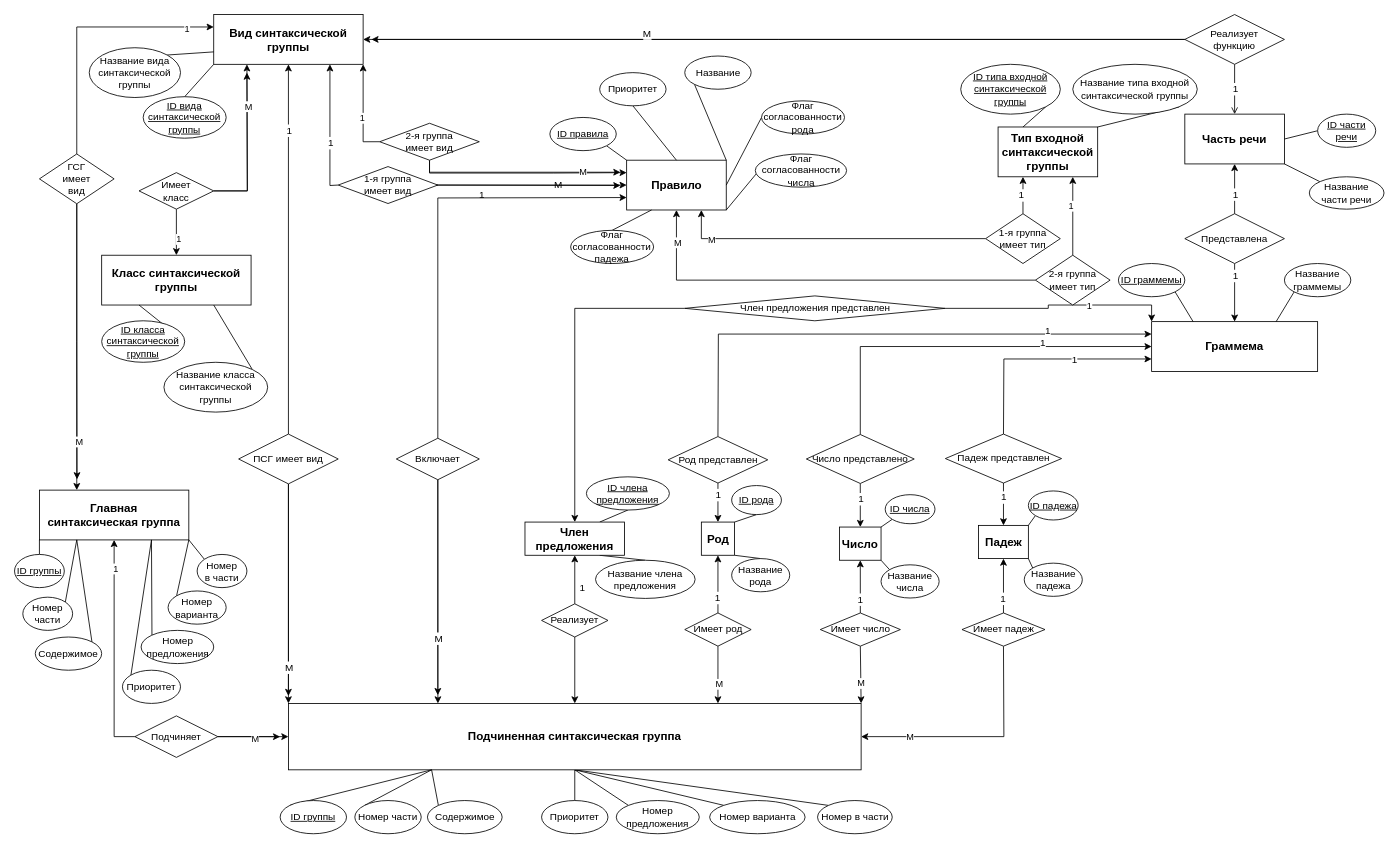
The draw.io diagram Infological.drawio in DMfananddu/Diploma, before the edit. Source tidied: cells renumbered, new cells numbered last; positions are measured from the earlier drawing's top-left corner, leaving out a move shared by most shapes. Both pictures are drawn from the tidied source at 83%, with x=0, y=0 at pixel (14, 14).
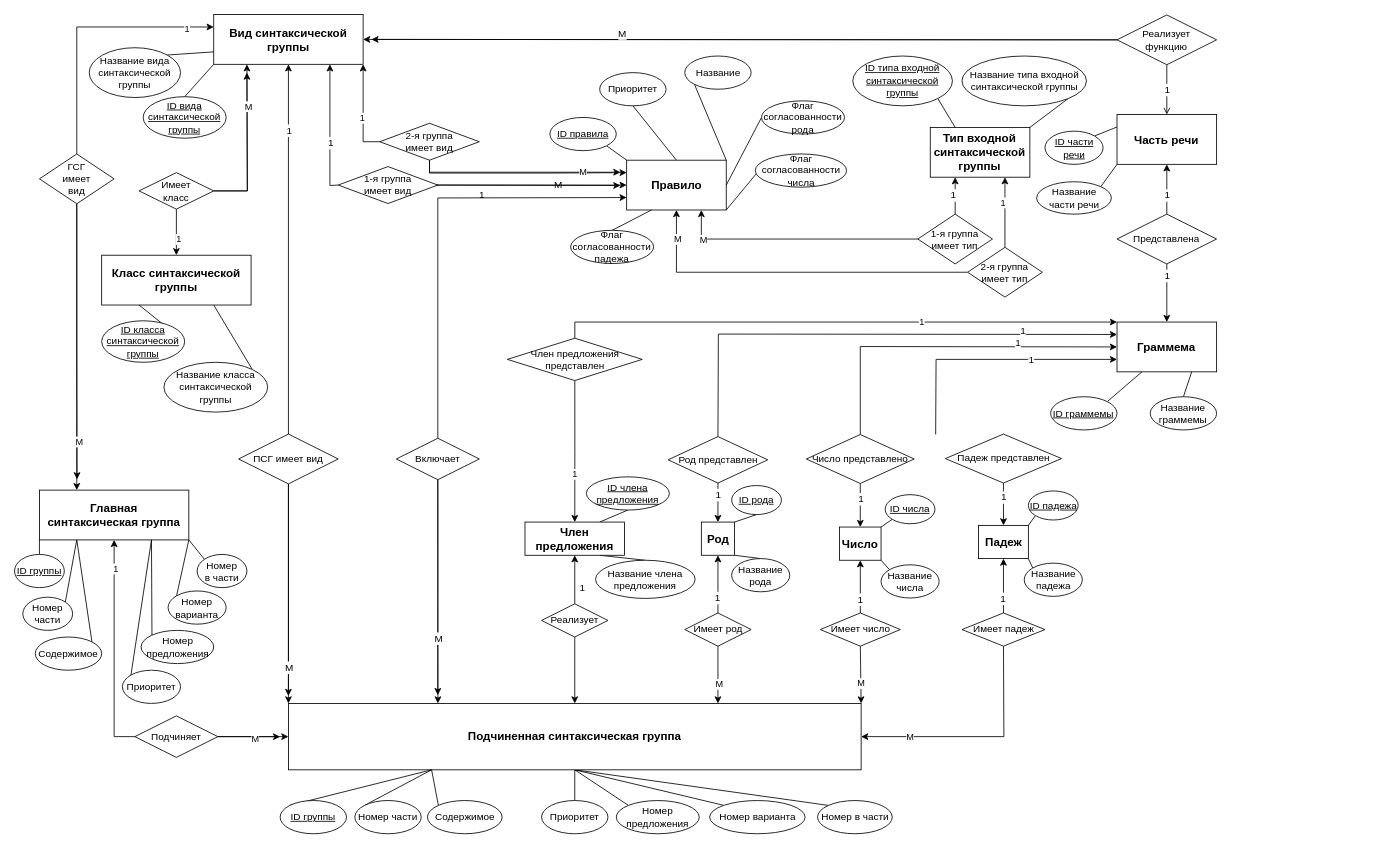
The same diagram, later.

The change refers to these unchanged cells:
```xml
<mxCell id="64" value="Член предложения" style="rounded=0;whiteSpace=wrap;html=1;fontSize=14;fontStyle=1;" parent="1" vertex="1">
  <mxGeometry x="615" y="611.5" width="120" height="40" as="geometry" />
</mxCell>
<mxCell id="133" value="Падеж представлен" style="rhombus;whiteSpace=wrap;html=1;" parent="1" vertex="1">
  <mxGeometry x="1121.5" y="505.5" width="140" height="59" as="geometry" />
</mxCell>
```

What changed in the source:
```diff
@@
     <mxCell id="21" value="1-я группа имеет тип" style="rhombus;whiteSpace=wrap;html=1;" parent="1" vertex="1">
-      <mxGeometry x="1170" y="240" width="90" height="60" as="geometry" />
+      <mxGeometry x="1088.3" y="240.5" width="90" height="60" as="geometry" />
     </mxCell>
     <mxCell id="22" value="&lt;font style=&quot;font-size: 14px&quot;&gt;&lt;b&gt;Тип входной синтаксической группы&lt;/b&gt;&lt;/font&gt;" style="rounded=0;whiteSpace=wrap;html=1;" parent="1" vertex="1">
-      <mxGeometry x="1185" y="135.5" width="120" height="60" as="geometry" />
+      <mxGeometry x="1103.3" y="136" width="120" height="60" as="geometry" />
     </mxCell>
@@
     <mxCell id="24" value="&lt;span style=&quot;line-height: 115%&quot;&gt;&lt;font style=&quot;font-size: 12px&quot;&gt;Название типа входной синтаксической группы&lt;/font&gt;&lt;/span&gt;" style="ellipse;whiteSpace=wrap;html=1;" parent="1" vertex="1">
-      <mxGeometry x="1275" y="60" width="150" height="60" as="geometry" />
+      <mxGeometry x="1141.5" y="50" width="150" height="60" as="geometry" />
     </mxCell>
@@
     <mxCell id="26" value="&lt;font style=&quot;font-size: 12px&quot;&gt;&lt;u&gt;&lt;span lang=&quot;EN-US&quot; style=&quot;line-height: 115%&quot;&gt;ID&lt;/span&gt;&lt;span lang=&quot;EN-US&quot; style=&quot;line-height: 115%&quot;&gt; &lt;/span&gt;&lt;span style=&quot;line-height: 115%&quot;&gt;типа входной синтаксической группы&lt;/span&gt;&lt;/u&gt;&lt;/font&gt;" style="ellipse;whiteSpace=wrap;html=1;" parent="1" vertex="1">
-      <mxGeometry x="1140" y="60" width="120" height="60" as="geometry" />
+      <mxGeometry x="1010" y="50" width="120" height="60" as="geometry" />
     </mxCell>
@@
     <mxCell id="71" value="Граммема" style="rounded=0;whiteSpace=wrap;html=1;fontSize=14;fontStyle=1;" parent="1" vertex="1">
-      <mxGeometry x="1370" y="370" width="200" height="60" as="geometry" />
+      <mxGeometry x="1328.3" y="370.5" width="120" height="60" as="geometry" />
     </mxCell>
     <mxCell id="72" value="Часть речи" style="rounded=0;whiteSpace=wrap;html=1;fontSize=14;fontStyle=1;" parent="1" vertex="1">
-      <mxGeometry x="1410" y="120" width="120" height="60" as="geometry" />
+      <mxGeometry x="1328.3" y="120.5" width="120" height="60" as="geometry" />
     </mxCell>
     <mxCell id="73" style="edgeStyle=none;rounded=0;jettySize=auto;html=1;exitX=0.5;exitY=1;exitDx=0;exitDy=0;entryX=0.5;entryY=0;entryDx=0;entryDy=0;endArrow=classic;endFill=1;" parent="1" edge="1" source="77" target="71">
       <mxGeometry relative="1" as="geometry">
         <Array as="points">
-          <mxPoint x="1470" y="310" />
+          <mxPoint x="1388.3" y="310.5" />
         </Array>
       </mxGeometry>
     </mxCell>
@@
     <mxCell id="77" value="Представлена" style="rhombus;whiteSpace=wrap;html=1;" parent="1" vertex="1">
-      <mxGeometry x="1410" y="240" width="120" height="60" as="geometry" />
+      <mxGeometry x="1328.3" y="240.5" width="120" height="60" as="geometry" />
     </mxCell>
@@
     <mxCell id="83" value="Реализует&lt;br&gt;функцию" style="rhombus;whiteSpace=wrap;html=1;" parent="1" vertex="1">
-      <mxGeometry x="1410" width="120" height="60" as="geometry" />
+      <mxGeometry x="1328.3" y="0.5" width="120" height="60" as="geometry" />
     </mxCell>
-    <mxCell id="84" style="edgeStyle=none;rounded=0;jettySize=auto;html=1;exitX=0;exitY=0.5;exitDx=0;exitDy=0;entryX=1;entryY=0.5;entryDx=0;entryDy=0;endArrow=none;endFill=0;" parent="1" edge="1" source="85" target="72">
+    <mxCell id="84" style="edgeStyle=none;rounded=0;jettySize=auto;html=1;exitX=1;exitY=0;exitDx=0;exitDy=0;entryX=0;entryY=0.25;entryDx=0;entryDy=0;endArrow=none;endFill=0;" parent="1" edge="1" source="85" target="72">
       <mxGeometry relative="1" as="geometry" />
     </mxCell>
     <mxCell id="85" value="&lt;u&gt;ID части речи&lt;/u&gt;" style="ellipse;whiteSpace=wrap;html=1;" parent="1" vertex="1">
-      <mxGeometry x="1570" y="120" width="70" height="40" as="geometry" />
+      <mxGeometry x="1241.5" y="140.5" width="70" height="40" as="geometry" />
     </mxCell>
-    <mxCell id="86" style="edgeStyle=none;rounded=0;jettySize=auto;html=1;exitX=0;exitY=0;exitDx=0;exitDy=0;entryX=1;entryY=1;entryDx=0;entryDy=0;endArrow=none;endFill=0;" parent="1" edge="1" source="87" target="72">
+    <mxCell id="86" style="edgeStyle=none;rounded=0;jettySize=auto;html=1;exitX=1;exitY=0;exitDx=0;exitDy=0;entryX=0;entryY=1;entryDx=0;entryDy=0;endArrow=none;endFill=0;" parent="1" edge="1" source="87" target="72">
       <mxGeometry relative="1" as="geometry" />
     </mxCell>
     <mxCell id="87" value="Название части речи" style="ellipse;whiteSpace=wrap;html=1;" parent="1" vertex="1">
-      <mxGeometry x="1560" y="195.5" width="90" height="39" as="geometry" />
+      <mxGeometry x="1231.5" y="201.5" width="90" height="39" as="geometry" />
     </mxCell>
-    <mxCell id="88" style="edgeStyle=none;rounded=0;jettySize=auto;html=1;entryX=0.25;entryY=0;entryDx=0;entryDy=0;endArrow=none;endFill=0;exitX=1;exitY=1;exitDx=0;exitDy=0;" parent="1" edge="1" source="89" target="71">
+    <mxCell id="88" style="edgeStyle=none;rounded=0;jettySize=auto;html=1;entryX=0.25;entryY=1;entryDx=0;entryDy=0;endArrow=none;endFill=0;exitX=1;exitY=0;exitDx=0;exitDy=0;" parent="1" edge="1" source="89" target="71">
       <mxGeometry relative="1" as="geometry" />
     </mxCell>
     <mxCell id="89" value="&lt;u&gt;ID граммемы&lt;/u&gt;" style="ellipse;whiteSpace=wrap;html=1;" parent="1" vertex="1">
-      <mxGeometry x="1330" y="300" width="80" height="40" as="geometry" />
+      <mxGeometry x="1248.3" y="460.5" width="80" height="40" as="geometry" />
     </mxCell>
-    <mxCell id="90" style="edgeStyle=none;rounded=0;jettySize=auto;html=1;exitX=0;exitY=1;exitDx=0;exitDy=0;entryX=0.75;entryY=0;entryDx=0;entryDy=0;endArrow=none;endFill=0;" parent="1" edge="1" source="91" target="71">
+    <mxCell id="90" style="edgeStyle=none;rounded=0;jettySize=auto;html=1;exitX=0.5;exitY=0;exitDx=0;exitDy=0;endArrow=none;endFill=0;entryX=0.75;entryY=1;entryDx=0;entryDy=0;" parent="1" edge="1" source="91" target="71">
       <mxGeometry relative="1" as="geometry" />
     </mxCell>
     <mxCell id="91" value="Название граммемы" style="ellipse;whiteSpace=wrap;html=1;" parent="1" vertex="1">
-      <mxGeometry x="1530" y="300" width="80" height="40" as="geometry" />
+      <mxGeometry x="1368.3" y="460.5" width="80" height="40" as="geometry" />
     </mxCell>
@@
-    <mxCell id="131" style="edgeStyle=none;rounded=0;jettySize=auto;html=1;exitX=0.5;exitY=0;exitDx=0;exitDy=0;endArrow=classic;endFill=1;entryX=0;entryY=0.75;entryDx=0;entryDy=0;" parent="1" edge="1" source="133" target="71">
+    <mxCell id="131" style="edgeStyle=none;rounded=0;jettySize=auto;html=1;exitX=0.5;exitY=0;exitDx=0;exitDy=0;endArrow=classic;endFill=1;entryX=0;entryY=0.75;entryDx=0;entryDy=0;" parent="1" edge="1" target="71">
       <mxGeometry relative="1" as="geometry">
+        <mxPoint x="1109.8" y="506" as="sourcePoint" />
         <Array as="points">
-          <mxPoint x="1192" y="415" />
+          <mxPoint x="1110.3" y="415.5" />
         </Array>
       </mxGeometry>
     </mxCell>
@@
-    <mxCell id="149" style="edgeStyle=orthogonalEdgeStyle;rounded=0;jettySize=auto;html=1;exitX=1;exitY=0.5;exitDx=0;exitDy=0;entryX=0;entryY=0;entryDx=0;entryDy=0;" parent="1" edge="1" source="152" target="71">
-      <mxGeometry relative="1" as="geometry" />
+    <mxCell id="149" style="edgeStyle=orthogonalEdgeStyle;rounded=0;jettySize=auto;html=1;exitX=0.5;exitY=0;exitDx=0;exitDy=0;entryX=0;entryY=0;entryDx=0;entryDy=0;" parent="1" edge="1" source="152" target="71">
+      <mxGeometry relative="1" as="geometry">
+        <Array as="points">
+          <mxPoint x="675" y="370" />
+        </Array>
+      </mxGeometry>
     </mxCell>
@@
-    <mxCell id="151" style="edgeStyle=orthogonalEdgeStyle;rounded=0;jettySize=auto;html=1;exitX=0;exitY=0.5;exitDx=0;exitDy=0;entryX=0.5;entryY=0;entryDx=0;entryDy=0;" parent="1" edge="1" source="152" target="64">
+    <mxCell id="151" style="edgeStyle=orthogonalEdgeStyle;rounded=0;jettySize=auto;html=1;exitX=0.5;exitY=1;exitDx=0;exitDy=0;entryX=0.5;entryY=0;entryDx=0;entryDy=0;" parent="1" edge="1" source="152" target="64">
       <mxGeometry relative="1" as="geometry" />
     </mxCell>
+    <mxCell id="191" value="1" style="edgeLabel;html=1;align=center;verticalAlign=middle;" parent="151" vertex="1">
+      <mxGeometry x="0.33" y="-1" relative="1" as="geometry" />
+    </mxCell>
     <mxCell id="152" value="Член предложения представлен" style="rhombus;whiteSpace=wrap;html=1;" parent="1" vertex="1">
-      <mxGeometry x="807.5" y="339" width="313.5" height="30" as="geometry" />
+      <mxGeometry x="593.8" y="390" width="162.5" height="51" as="geometry" />
     </mxCell>
@@
     <mxCell id="163" value="2-я группа имеет тип" style="rhombus;whiteSpace=wrap;html=1;" parent="1" vertex="1">
-      <mxGeometry x="1230" y="290" width="90" height="60" as="geometry" />
+      <mxGeometry x="1148.3" y="280.5" width="90" height="60" as="geometry" />
     </mxCell>
```
